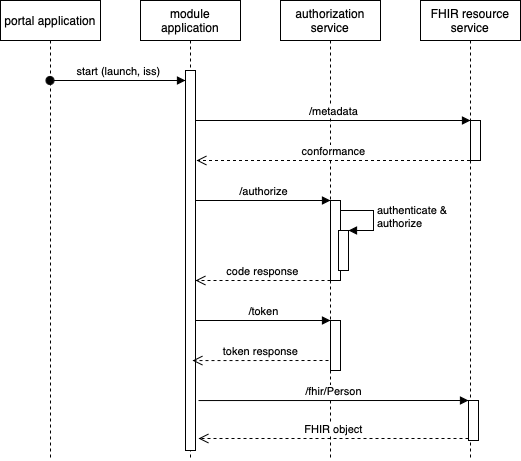
The draw.io diagram diagrams/SMART on FHIR Application Launch Framework.drawio.png in Koppeltaal/Koppeltaal-2.0-SMART-HTI-On-FHIR, before a commit. Source tidied: cells renumbered, new cells last; positions are measured from the earlier drawing's top-left corner, leaving out a move shared by most shapes.
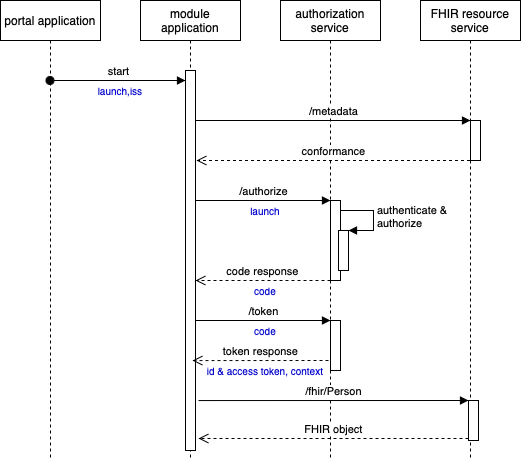
After the commit.

Change to the diagram source:
```diff
@@ -17,7 +17,7 @@
     <mxCell id="6" value="FHIR resource service" style="shape=umlLifeline;perimeter=lifelinePerimeter;whiteSpace=wrap;html=1;outlineConnect=0;" parent="1" vertex="1">
       <mxGeometry x="420" width="100" height="460" as="geometry" />
     </mxCell>
-    <mxCell id="7" value="start (launch, iss)" style="html=1;verticalAlign=bottom;startArrow=oval;endArrow=block;startSize=8;" parent="1" edge="1" source="4" target="3">
+    <mxCell id="7" value="start" style="html=1;verticalAlign=bottom;startArrow=oval;endArrow=block;startSize=8;" parent="1" edge="1" source="4" target="3">
       <mxGeometry relative="1" as="geometry">
         <Array as="points">
           <mxPoint x="140" y="80" />
@@ -88,5 +88,20 @@
         <mxPoint x="198" y="438" as="targetPoint" />
       </mxGeometry>
     </mxCell>
+    <mxCell id="22" value="launch,iss" style="text;html=1;strokeColor=none;fillColor=none;align=center;verticalAlign=middle;whiteSpace=wrap;rounded=0;fontSize=10;fontColor=#0000CC;" parent="1" vertex="1">
+      <mxGeometry x="50" y="80" width="140" height="20" as="geometry" />
+    </mxCell>
+    <mxCell id="23" value="launch" style="text;html=1;strokeColor=none;fillColor=none;align=center;verticalAlign=middle;whiteSpace=wrap;rounded=0;fontSize=10;fontColor=#0000CC;" parent="1" vertex="1">
+      <mxGeometry x="200" y="200" width="130" height="20" as="geometry" />
+    </mxCell>
+    <mxCell id="24" value="code" style="text;html=1;strokeColor=none;fillColor=none;align=center;verticalAlign=middle;whiteSpace=wrap;rounded=0;fontSize=10;fontColor=#0000CC;" parent="1" vertex="1">
+      <mxGeometry x="200" y="280" width="130" height="20" as="geometry" />
+    </mxCell>
+    <mxCell id="25" value="code" style="text;html=1;strokeColor=none;fillColor=none;align=center;verticalAlign=middle;whiteSpace=wrap;rounded=0;fontSize=10;fontColor=#0000CC;" parent="1" vertex="1">
+      <mxGeometry x="200" y="320" width="130" height="20" as="geometry" />
+    </mxCell>
+    <mxCell id="26" value="id &amp;amp; access token, context" style="text;html=1;strokeColor=none;fillColor=none;align=center;verticalAlign=middle;whiteSpace=wrap;rounded=0;fontSize=10;fontColor=#0000CC;" parent="1" vertex="1">
+      <mxGeometry x="200" y="360" width="130" height="20" as="geometry" />
+    </mxCell>
   </root>
 </mxGraphModel>
```
